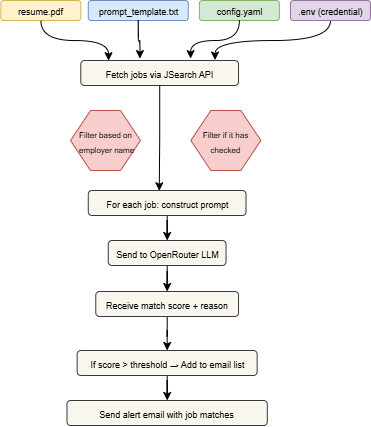
Earlier version of the draw.io export assets/smart_job_alerts.png (MoMalmir/Smart-Job-Alerts). Source tidied: cells renumbered, new cells last; positions are measured from the earlier drawing's top-left corner, leaving out a move shared by most shapes. Source of this version:
```xml
<mxGraphModel>
  <root>
    <mxCell id="0" />
    <mxCell id="1" parent="0" />
    <mxCell id="2" value="&lt;font style=&quot;font-size: 9px;&quot;&gt;Fetch jobs via JSearch API&lt;/font&gt;" style="rounded=1;whiteSpace=wrap;html=1;rotation=0;fillColor=#f9f7ed;strokeColor=#36393d;" parent="1" vertex="1">
      <mxGeometry x="80.3" y="60" width="157.8" height="25" as="geometry" />
    </mxCell>
    <mxCell id="3" value="&lt;font style=&quot;font-size: 9px;&quot;&gt;resume.pdf&lt;/font&gt;" style="rounded=1;whiteSpace=wrap;html=1;fillColor=#fff2cc;strokeColor=#d6b656;" parent="1" vertex="1">
      <mxGeometry x="0.3" width="80" height="20" as="geometry" />
    </mxCell>
    <mxCell id="4" value="&lt;font style=&quot;font-size: 9px;&quot;&gt;prompt_template.txt&lt;/font&gt;" style="rounded=1;whiteSpace=wrap;html=1;fillColor=#dae8fc;strokeColor=#6c8ebf;" parent="1" vertex="1">
      <mxGeometry x="87.8" width="100" height="20" as="geometry" />
    </mxCell>
    <mxCell id="5" value="&lt;font style=&quot;font-size: 9px;&quot;&gt;config.yaml&lt;/font&gt;" style="rounded=1;whiteSpace=wrap;html=1;fillColor=#d5e8d4;strokeColor=#82b366;" parent="1" vertex="1">
      <mxGeometry x="198.9" width="80" height="20" as="geometry" />
    </mxCell>
    <mxCell id="6" style="edgeStyle=orthogonalEdgeStyle;rounded=0;jettySize=auto;html=1;entryX=0.851;entryY=-0.019;entryDx=0;entryDy=0;entryPerimeter=0;exitX=0.5;exitY=1;exitDx=0;exitDy=0;curved=1;" parent="1" edge="1" source="7" target="2">
      <mxGeometry relative="1" as="geometry" />
    </mxCell>
    <mxCell id="7" value="&lt;font style=&quot;font-size: 9px;&quot;&gt;.env (credential)&lt;/font&gt;" style="rounded=1;whiteSpace=wrap;html=1;fillColor=#e1d5e7;strokeColor=#9673a6;" parent="1" vertex="1">
      <mxGeometry x="290" width="80" height="20" as="geometry" />
    </mxCell>
    <mxCell id="8" style="edgeStyle=orthogonalEdgeStyle;rounded=0;jettySize=auto;html=1;entryX=0.5;entryY=0;entryDx=0;entryDy=0;" parent="1" edge="1" source="9" target="13">
      <mxGeometry relative="1" as="geometry" />
    </mxCell>
    <mxCell id="9" value="&lt;font style=&quot;font-size: 9px;&quot;&gt;For each job: construct prompt&lt;/font&gt;" style="rounded=1;whiteSpace=wrap;html=1;rotation=0;fillColor=#f9f7ed;strokeColor=#36393d;" parent="1" vertex="1">
      <mxGeometry x="87.8" y="190" width="157.8" height="25" as="geometry" />
    </mxCell>
    <mxCell id="10" value="&lt;font style=&quot;font-size: 8px;&quot;&gt;Filter based on&lt;/font&gt;&lt;div&gt;&lt;font style=&quot;font-size: 8px;&quot;&gt;&amp;nbsp;employer name&lt;/font&gt;&lt;/div&gt;" style="shape=hexagon;perimeter=hexagonPerimeter2;whiteSpace=wrap;html=1;fixedSize=1;fillColor=#f8cecc;strokeColor=#b85450;" parent="1" vertex="1">
      <mxGeometry x="70" y="110" width="70" height="60" as="geometry" />
    </mxCell>
    <mxCell id="11" value="&lt;font style=&quot;font-size: 8px;&quot;&gt;Filter if it has&lt;/font&gt;&lt;div&gt;&lt;span style=&quot;font-size: 8px;&quot;&gt;checked&lt;/span&gt;&lt;/div&gt;" style="shape=hexagon;perimeter=hexagonPerimeter2;whiteSpace=wrap;html=1;fixedSize=1;fillColor=#f8cecc;strokeColor=#b85450;" parent="1" vertex="1">
      <mxGeometry x="190.4" y="110" width="70" height="60" as="geometry" />
    </mxCell>
    <mxCell id="12" style="edgeStyle=orthogonalEdgeStyle;rounded=0;jettySize=auto;html=1;entryX=0.5;entryY=0;entryDx=0;entryDy=0;" parent="1" edge="1" source="13" target="15">
      <mxGeometry relative="1" as="geometry" />
    </mxCell>
    <mxCell id="13" value="&lt;font style=&quot;font-size: 9px;&quot;&gt;Send to OpenRouter LLM&lt;/font&gt;" style="rounded=1;whiteSpace=wrap;html=1;rotation=0;fillColor=#f9f7ed;strokeColor=#36393d;" parent="1" vertex="1">
      <mxGeometry x="107.8" y="240" width="117.8" height="25" as="geometry" />
    </mxCell>
    <mxCell id="14" style="edgeStyle=orthogonalEdgeStyle;rounded=0;jettySize=auto;html=1;entryX=0.5;entryY=0;entryDx=0;entryDy=0;" parent="1" edge="1" source="15" target="17">
      <mxGeometry relative="1" as="geometry" />
    </mxCell>
    <mxCell id="15" value="&lt;font style=&quot;font-size: 9px;&quot;&gt;Receive match score + reason&lt;/font&gt;" style="rounded=1;whiteSpace=wrap;html=1;rotation=0;fillColor=#f9f7ed;strokeColor=#36393d;" parent="1" vertex="1">
      <mxGeometry x="95.3" y="291" width="142.8" height="25" as="geometry" />
    </mxCell>
    <mxCell id="16" style="edgeStyle=orthogonalEdgeStyle;rounded=0;jettySize=auto;html=1;" parent="1" edge="1" source="17" target="22">
      <mxGeometry relative="1" as="geometry" />
    </mxCell>
    <mxCell id="17" value="&lt;font style=&quot;font-size: 9px;&quot;&gt;If score &amp;gt; threshold → Add to email list&lt;/font&gt;" style="rounded=1;whiteSpace=wrap;html=1;rotation=0;fillColor=#f9f7ed;strokeColor=#36393d;" parent="1" vertex="1">
      <mxGeometry x="76.7" y="350" width="180" height="25" as="geometry" />
    </mxCell>
    <mxCell id="18" style="edgeStyle=orthogonalEdgeStyle;rounded=0;jettySize=auto;html=1;curved=1;entryX=0.696;entryY=-0.075;entryDx=0;entryDy=0;entryPerimeter=0;" parent="1" edge="1" source="5" target="2">
      <mxGeometry relative="1" as="geometry">
        <Array as="points">
          <mxPoint x="239" y="40" />
          <mxPoint x="190" y="40" />
        </Array>
      </mxGeometry>
    </mxCell>
    <mxCell id="19" style="edgeStyle=orthogonalEdgeStyle;rounded=0;jettySize=auto;html=1;entryX=0.375;entryY=-0.075;entryDx=0;entryDy=0;entryPerimeter=0;curved=1;" parent="1" edge="1" source="4" target="2">
      <mxGeometry relative="1" as="geometry" />
    </mxCell>
    <mxCell id="20" style="edgeStyle=orthogonalEdgeStyle;rounded=0;jettySize=auto;html=1;entryX=0.176;entryY=0.009;entryDx=0;entryDy=0;entryPerimeter=0;exitX=0.5;exitY=1;exitDx=0;exitDy=0;curved=1;" parent="1" edge="1" source="3" target="2">
      <mxGeometry relative="1" as="geometry" />
    </mxCell>
    <mxCell id="21" style="edgeStyle=orthogonalEdgeStyle;rounded=0;jettySize=auto;html=1;entryX=0.45;entryY=0.012;entryDx=0;entryDy=0;entryPerimeter=0;" parent="1" edge="1" source="2" target="9">
      <mxGeometry relative="1" as="geometry" />
    </mxCell>
    <mxCell id="22" value="&lt;span style=&quot;text-align: left;&quot;&gt;&lt;font style=&quot;font-size: 9px;&quot;&gt;Send alert email with job matches&lt;/font&gt;&lt;/span&gt;" style="rounded=1;whiteSpace=wrap;html=1;rotation=0;fillColor=#f9f7ed;strokeColor=#36393d;" parent="1" vertex="1">
      <mxGeometry x="66.5" y="400" width="200.3" height="25" as="geometry" />
    </mxCell>
  </root>
</mxGraphModel>
```
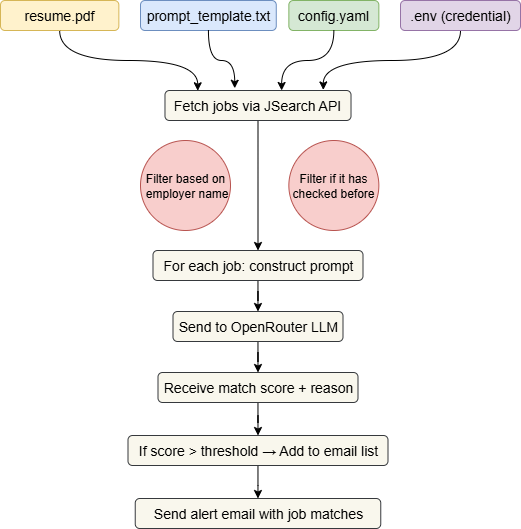
After the commit.

What changed in the source:
```diff
@@ -2,73 +2,68 @@
   <root>
     <mxCell id="0" />
     <mxCell id="1" parent="0" />
+    <mxCell id="21" style="edgeStyle=orthogonalEdgeStyle;rounded=0;jettySize=auto;html=1;entryX=0.5;entryY=0;entryDx=0;entryDy=0;" parent="1" edge="1" source="2" target="9">
+      <mxGeometry relative="1" as="geometry" />
+    </mxCell>
-    <mxCell id="2" value="&lt;font style=&quot;font-size: 9px;&quot;&gt;Fetch jobs via JSearch API&lt;/font&gt;" style="rounded=1;whiteSpace=wrap;html=1;rotation=0;fillColor=#f9f7ed;strokeColor=#36393d;" parent="1" vertex="1">
-      <mxGeometry x="80.3" y="60" width="157.8" height="25" as="geometry" />
+    <mxCell id="2" value="&lt;font style=&quot;font-size: 14px;&quot;&gt;Fetch jobs via JSearch API&lt;/font&gt;" style="rounded=1;whiteSpace=wrap;html=1;rotation=0;fillColor=#f9f7ed;strokeColor=#36393d;" parent="1" vertex="1">
+      <mxGeometry x="185.5" y="177" width="186" height="30" as="geometry" />
     </mxCell>
-    <mxCell id="3" value="&lt;font style=&quot;font-size: 9px;&quot;&gt;resume.pdf&lt;/font&gt;" style="rounded=1;whiteSpace=wrap;html=1;fillColor=#fff2cc;strokeColor=#d6b656;" parent="1" vertex="1">
-      <mxGeometry x="0.3" width="80" height="20" as="geometry" />
+    <mxCell id="3" value="&lt;font style=&quot;font-size: 14px;&quot;&gt;resume.pdf&lt;/font&gt;" style="rounded=1;whiteSpace=wrap;html=1;fillColor=#fff2cc;strokeColor=#d6b656;" parent="1" vertex="1">
+      <mxGeometry x="21" y="87" width="118.3" height="30" as="geometry" />
     </mxCell>
-    <mxCell id="4" value="&lt;font style=&quot;font-size: 9px;&quot;&gt;prompt_template.txt&lt;/font&gt;" style="rounded=1;whiteSpace=wrap;html=1;fillColor=#dae8fc;strokeColor=#6c8ebf;" parent="1" vertex="1">
-      <mxGeometry x="87.8" width="100" height="20" as="geometry" />
+    <mxCell id="4" value="&lt;font style=&quot;font-size: 14px;&quot;&gt;prompt_template.txt&lt;/font&gt;" style="rounded=1;whiteSpace=wrap;html=1;fillColor=#dae8fc;strokeColor=#6c8ebf;" parent="1" vertex="1">
+      <mxGeometry x="161" y="87" width="135.8" height="30" as="geometry" />
     </mxCell>
-    <mxCell id="5" value="&lt;font style=&quot;font-size: 9px;&quot;&gt;config.yaml&lt;/font&gt;" style="rounded=1;whiteSpace=wrap;html=1;fillColor=#d5e8d4;strokeColor=#82b366;" parent="1" vertex="1">
-      <mxGeometry x="198.9" width="80" height="20" as="geometry" />
+    <mxCell id="5" value="&lt;font style=&quot;font-size: 14px;&quot;&gt;config.yaml&lt;/font&gt;" style="rounded=1;whiteSpace=wrap;html=1;fillColor=#d5e8d4;strokeColor=#82b366;" parent="1" vertex="1">
+      <mxGeometry x="309.4" y="87" width="90" height="30" as="geometry" />
     </mxCell>
     <mxCell id="6" style="edgeStyle=orthogonalEdgeStyle;rounded=0;jettySize=auto;html=1;entryX=0.851;entryY=-0.019;entryDx=0;entryDy=0;entryPerimeter=0;exitX=0.5;exitY=1;exitDx=0;exitDy=0;curved=1;" parent="1" edge="1" source="7" target="2">
       <mxGeometry relative="1" as="geometry" />
     </mxCell>
-    <mxCell id="7" value="&lt;font style=&quot;font-size: 9px;&quot;&gt;.env (credential)&lt;/font&gt;" style="rounded=1;whiteSpace=wrap;html=1;fillColor=#e1d5e7;strokeColor=#9673a6;" parent="1" vertex="1">
-      <mxGeometry x="290" width="80" height="20" as="geometry" />
+    <mxCell id="7" value="&lt;font style=&quot;font-size: 14px;&quot;&gt;.env (credential)&lt;/font&gt;" style="rounded=1;whiteSpace=wrap;html=1;fillColor=#e1d5e7;strokeColor=#9673a6;" parent="1" vertex="1">
+      <mxGeometry x="421" y="87" width="120" height="30" as="geometry" />
     </mxCell>
-    <mxCell id="8" style="edgeStyle=orthogonalEdgeStyle;rounded=0;jettySize=auto;html=1;entryX=0.5;entryY=0;entryDx=0;entryDy=0;" parent="1" edge="1" source="9" target="13">
+    <mxCell id="8" style="edgeStyle=orthogonalEdgeStyle;rounded=0;jettySize=auto;html=1;" parent="1" edge="1" source="9" target="13">
       <mxGeometry relative="1" as="geometry" />
     </mxCell>
-    <mxCell id="9" value="&lt;font style=&quot;font-size: 9px;&quot;&gt;For each job: construct prompt&lt;/font&gt;" style="rounded=1;whiteSpace=wrap;html=1;rotation=0;fillColor=#f9f7ed;strokeColor=#36393d;" parent="1" vertex="1">
-      <mxGeometry x="87.8" y="190" width="157.8" height="25" as="geometry" />
+    <mxCell id="9" value="&lt;font style=&quot;font-size: 14px;&quot;&gt;For each job: construct prompt&lt;/font&gt;" style="rounded=1;whiteSpace=wrap;html=1;rotation=0;fillColor=#f9f7ed;strokeColor=#36393d;" parent="1" vertex="1">
+      <mxGeometry x="173.5" y="337" width="210" height="30" as="geometry" />
     </mxCell>
-    <mxCell id="10" value="&lt;font style=&quot;font-size: 8px;&quot;&gt;Filter based on&lt;/font&gt;&lt;div&gt;&lt;font style=&quot;font-size: 8px;&quot;&gt;&amp;nbsp;employer name&lt;/font&gt;&lt;/div&gt;" style="shape=hexagon;perimeter=hexagonPerimeter2;whiteSpace=wrap;html=1;fixedSize=1;fillColor=#f8cecc;strokeColor=#b85450;" parent="1" vertex="1">
-      <mxGeometry x="70" y="110" width="70" height="60" as="geometry" />
-    </mxCell>
-    <mxCell id="11" value="&lt;font style=&quot;font-size: 8px;&quot;&gt;Filter if it has&lt;/font&gt;&lt;div&gt;&lt;span style=&quot;font-size: 8px;&quot;&gt;checked&lt;/span&gt;&lt;/div&gt;" style="shape=hexagon;perimeter=hexagonPerimeter2;whiteSpace=wrap;html=1;fixedSize=1;fillColor=#f8cecc;strokeColor=#b85450;" parent="1" vertex="1">
-      <mxGeometry x="190.4" y="110" width="70" height="60" as="geometry" />
-    </mxCell>
     <mxCell id="12" style="edgeStyle=orthogonalEdgeStyle;rounded=0;jettySize=auto;html=1;entryX=0.5;entryY=0;entryDx=0;entryDy=0;" parent="1" edge="1" source="13" target="15">
       <mxGeometry relative="1" as="geometry" />
     </mxCell>
-    <mxCell id="13" value="&lt;font style=&quot;font-size: 9px;&quot;&gt;Send to OpenRouter LLM&lt;/font&gt;" style="rounded=1;whiteSpace=wrap;html=1;rotation=0;fillColor=#f9f7ed;strokeColor=#36393d;" parent="1" vertex="1">
-      <mxGeometry x="107.8" y="240" width="117.8" height="25" as="geometry" />
+    <mxCell id="13" value="&lt;font style=&quot;font-size: 14px;&quot;&gt;Send to OpenRouter LLM&lt;/font&gt;" style="rounded=1;whiteSpace=wrap;html=1;rotation=0;fillColor=#f9f7ed;strokeColor=#36393d;" parent="1" vertex="1">
+      <mxGeometry x="193.5" y="398" width="170" height="30" as="geometry" />
     </mxCell>
     <mxCell id="14" style="edgeStyle=orthogonalEdgeStyle;rounded=0;jettySize=auto;html=1;entryX=0.5;entryY=0;entryDx=0;entryDy=0;" parent="1" edge="1" source="15" target="17">
       <mxGeometry relative="1" as="geometry" />
     </mxCell>
-    <mxCell id="15" value="&lt;font style=&quot;font-size: 9px;&quot;&gt;Receive match score + reason&lt;/font&gt;" style="rounded=1;whiteSpace=wrap;html=1;rotation=0;fillColor=#f9f7ed;strokeColor=#36393d;" parent="1" vertex="1">
-      <mxGeometry x="95.3" y="291" width="142.8" height="25" as="geometry" />
+    <mxCell id="15" value="&lt;font style=&quot;font-size: 14px;&quot;&gt;Receive match score + reason&lt;/font&gt;" style="rounded=1;whiteSpace=wrap;html=1;rotation=0;fillColor=#f9f7ed;strokeColor=#36393d;" parent="1" vertex="1">
+      <mxGeometry x="178.5" y="459" width="200" height="30" as="geometry" />
     </mxCell>
     <mxCell id="16" style="edgeStyle=orthogonalEdgeStyle;rounded=0;jettySize=auto;html=1;" parent="1" edge="1" source="17" target="22">
       <mxGeometry relative="1" as="geometry" />
     </mxCell>
-    <mxCell id="17" value="&lt;font style=&quot;font-size: 9px;&quot;&gt;If score &amp;gt; threshold → Add to email list&lt;/font&gt;" style="rounded=1;whiteSpace=wrap;html=1;rotation=0;fillColor=#f9f7ed;strokeColor=#36393d;" parent="1" vertex="1">
-      <mxGeometry x="76.7" y="350" width="180" height="25" as="geometry" />
+    <mxCell id="17" value="&lt;font style=&quot;font-size: 14px;&quot;&gt;If score &amp;gt; threshold → Add to email list&lt;/font&gt;" style="rounded=1;whiteSpace=wrap;html=1;rotation=0;fillColor=#f9f7ed;strokeColor=#36393d;" parent="1" vertex="1">
+      <mxGeometry x="148.5" y="522" width="260" height="30" as="geometry" />
     </mxCell>
-    <mxCell id="18" style="edgeStyle=orthogonalEdgeStyle;rounded=0;jettySize=auto;html=1;curved=1;entryX=0.696;entryY=-0.075;entryDx=0;entryDy=0;entryPerimeter=0;" parent="1" edge="1" source="5" target="2">
-      <mxGeometry relative="1" as="geometry">
-        <Array as="points">
-          <mxPoint x="239" y="40" />
-          <mxPoint x="190" y="40" />
-        </Array>
-      </mxGeometry>
-    </mxCell>
     <mxCell id="19" style="edgeStyle=orthogonalEdgeStyle;rounded=0;jettySize=auto;html=1;entryX=0.375;entryY=-0.075;entryDx=0;entryDy=0;entryPerimeter=0;curved=1;" parent="1" edge="1" source="4" target="2">
       <mxGeometry relative="1" as="geometry" />
     </mxCell>
     <mxCell id="20" style="edgeStyle=orthogonalEdgeStyle;rounded=0;jettySize=auto;html=1;entryX=0.176;entryY=0.009;entryDx=0;entryDy=0;entryPerimeter=0;exitX=0.5;exitY=1;exitDx=0;exitDy=0;curved=1;" parent="1" edge="1" source="3" target="2">
       <mxGeometry relative="1" as="geometry" />
     </mxCell>
-    <mxCell id="21" style="edgeStyle=orthogonalEdgeStyle;rounded=0;jettySize=auto;html=1;entryX=0.45;entryY=0.012;entryDx=0;entryDy=0;entryPerimeter=0;" parent="1" edge="1" source="2" target="9">
-      <mxGeometry relative="1" as="geometry" />
-    </mxCell>
-    <mxCell id="22" value="&lt;span style=&quot;text-align: left;&quot;&gt;&lt;font style=&quot;font-size: 9px;&quot;&gt;Send alert email with job matches&lt;/font&gt;&lt;/span&gt;" style="rounded=1;whiteSpace=wrap;html=1;rotation=0;fillColor=#f9f7ed;strokeColor=#36393d;" parent="1" vertex="1">
-      <mxGeometry x="66.5" y="400" width="200.3" height="25" as="geometry" />
+    <mxCell id="22" value="&lt;span style=&quot;text-align: left;&quot;&gt;&lt;font style=&quot;font-size: 14px;&quot;&gt;Send alert email with job matches&lt;/font&gt;&lt;/span&gt;" style="rounded=1;whiteSpace=wrap;html=1;rotation=0;fillColor=#f9f7ed;strokeColor=#36393d;" parent="1" vertex="1">
+      <mxGeometry x="155.7" y="585" width="245.5" height="30" as="geometry" />
     </mxCell>
+    <mxCell id="18" style="edgeStyle=orthogonalEdgeStyle;rounded=0;jettySize=auto;html=1;entryX=0.627;entryY=0;entryDx=0;entryDy=0;entryPerimeter=0;curved=1;" parent="1" edge="1" source="5" target="2">
+      <mxGeometry relative="1" as="geometry" />
+    </mxCell>
+    <mxCell id="10" value="Filter based on&lt;div&gt;&amp;nbsp;employer name&lt;/div&gt;" style="ellipse;whiteSpace=wrap;html=1;fillColor=#f8cecc;strokeColor=#b85450;" parent="1" vertex="1">
+      <mxGeometry x="161" y="227" width="90" height="90" as="geometry" />
+    </mxCell>
+    <mxCell id="23" value="Filter if it has&lt;div&gt;checked before&lt;/div&gt;" style="ellipse;whiteSpace=wrap;html=1;fillColor=#f8cecc;strokeColor=#b85450;" parent="1" vertex="1">
+      <mxGeometry x="309.4" y="227" width="90" height="90" as="geometry" />
+    </mxCell>
   </root>
 </mxGraphModel>
```
